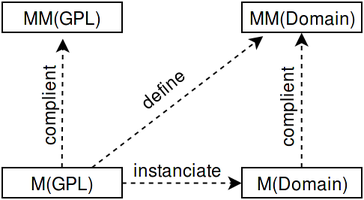
Above: pictures/GPL-domain-and-models.png in lepieru/reversed-modeling-through-annotations (draw.io), before the change. Source tidied: cells renumbered, new cells last; positions are measured from the earlier drawing's top-left corner, leaving out a move shared by most shapes.
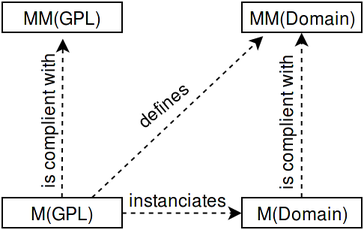
The same file after the commit.

Commit message:
Images "GPL domaine et modèles" modifiées

Change to the diagram source:
```diff
@@ -6,18 +6,18 @@
       <mxGeometry width="80" height="20" as="geometry" />
     </mxCell>
     <mxCell id="3" value="M(GPL)" style="whiteSpace=wrap;html=1;" parent="1" vertex="1">
-      <mxGeometry y="110" width="80" height="20" as="geometry" />
+      <mxGeometry y="130" width="80" height="20" as="geometry" />
     </mxCell>
     <mxCell id="4" value="MM(Domain)" style="whiteSpace=wrap;html=1;" parent="1" vertex="1">
       <mxGeometry x="160" width="80" height="20" as="geometry" />
     </mxCell>
     <mxCell id="5" value="M(Domain)" style="whiteSpace=wrap;html=1;" parent="1" vertex="1">
-      <mxGeometry x="160" y="110" width="80" height="20" as="geometry" />
+      <mxGeometry x="160" y="130" width="80" height="20" as="geometry" />
     </mxCell>
     <mxCell id="6" style="endArrow=classic;html=1;exitX=0.5;exitY=0;entryX=0.505;entryY=1.214;entryPerimeter=0;dashed=1;" parent="1" edge="1" source="3" target="2">
       <mxGeometry relative="1" as="geometry" />
     </mxCell>
-    <mxCell id="7" value="complient" style="text;html=1;align=center;verticalAlign=middle;labelBackgroundColor=#ffffff;rotation=-90;" parent="6" vertex="1">
+    <mxCell id="7" value="is complient with&lt;br&gt;" style="text;html=1;align=center;verticalAlign=middle;labelBackgroundColor=#ffffff;rotation=-90;" parent="6" vertex="1">
       <mxGeometry x="0.01" relative="1" as="geometry">
         <mxPoint x="-10" y="3" as="offset" />
       </mxGeometry>
@@ -25,7 +25,7 @@
     <mxCell id="8" style="endArrow=classic;html=1;dashed=1;exitX=0.75;exitY=0;entryX=0.179;entryY=1.129;entryPerimeter=0;" parent="1" edge="1" source="3" target="4">
       <mxGeometry relative="1" as="geometry" />
     </mxCell>
-    <mxCell id="9" value="define" style="text;html=1;align=center;verticalAlign=middle;labelBackgroundColor=#ffffff;rotation=-40;" parent="8" vertex="1">
+    <mxCell id="9" value="defines" style="text;html=1;align=center;verticalAlign=middle;labelBackgroundColor=#ffffff;rotation=-40;" parent="8" vertex="1">
       <mxGeometry y="1" relative="1" as="geometry">
         <mxPoint x="-10" y="-8" as="offset" />
       </mxGeometry>
@@ -33,7 +33,7 @@
     <mxCell id="10" style="endArrow=classic;html=1;dashed=1;exitX=0.5;exitY=0;entryX=0.5;entryY=1;" parent="1" edge="1" source="5" target="4">
       <mxGeometry relative="1" as="geometry" />
     </mxCell>
-    <mxCell id="11" value="complient" style="text;html=1;align=center;verticalAlign=middle;labelBackgroundColor=#ffffff;rotation=-90;" parent="10" vertex="1">
+    <mxCell id="11" value="is complient with&lt;br&gt;" style="text;html=1;align=center;verticalAlign=middle;labelBackgroundColor=#ffffff;rotation=-90;" parent="10" vertex="1">
       <mxGeometry x="0.04" y="-2" relative="1" as="geometry">
         <mxPoint x="-13" y="7" as="offset" />
       </mxGeometry>
@@ -41,7 +41,7 @@
     <mxCell id="12" style="endArrow=classic;html=1;dashed=1;exitX=1;exitY=0.5;entryX=0;entryY=0.5;" parent="1" edge="1" source="3" target="5">
       <mxGeometry relative="1" as="geometry" />
     </mxCell>
-    <mxCell id="13" value="instanciate&lt;br&gt;" style="text;html=1;align=center;verticalAlign=middle;labelBackgroundColor=#ffffff;" parent="12" vertex="1">
+    <mxCell id="13" value="instanciates&lt;br&gt;" style="text;html=1;align=center;verticalAlign=middle;labelBackgroundColor=#ffffff;" parent="12" vertex="1">
       <mxGeometry x="0.14" y="-1" relative="1" as="geometry">
         <mxPoint x="-8" y="-11" as="offset" />
       </mxGeometry>
```
